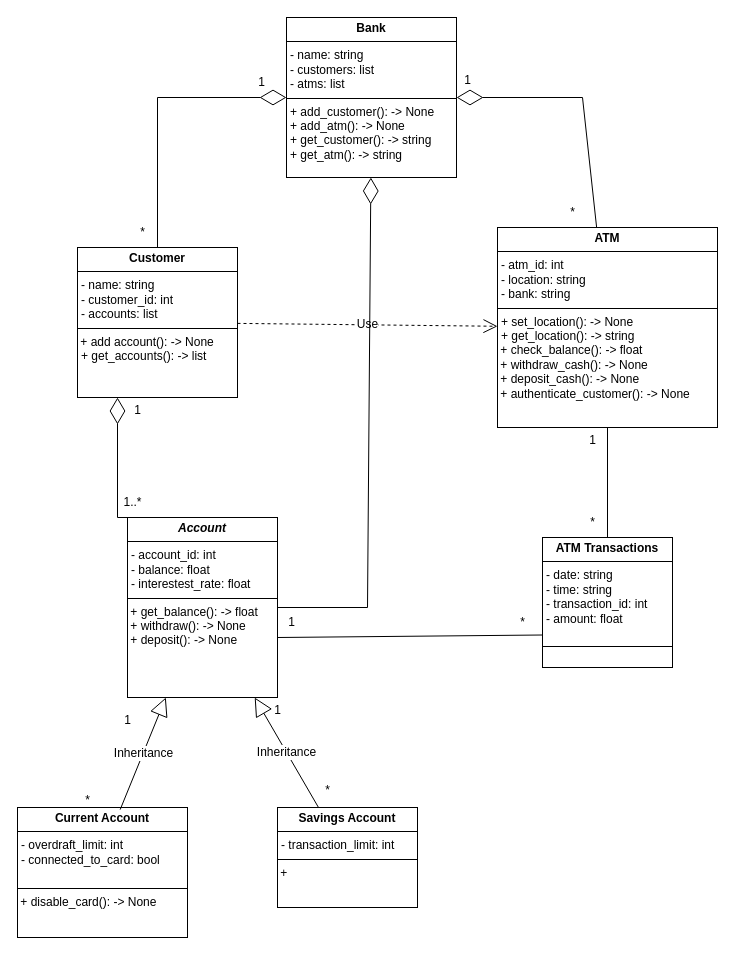
benspz/himolde_spring25 keeps this draw.io diagram as assignment2_class_diagram.drawio. Above is the earlier version. Source tidied: cells renumbered, new cells numbered last; positions are measured from the earlier drawing's top-left corner, leaving out a move shared by most shapes. Both pictures are drawn from the tidied source at 100%, with x=0, y=0 at pixel (17, 17).
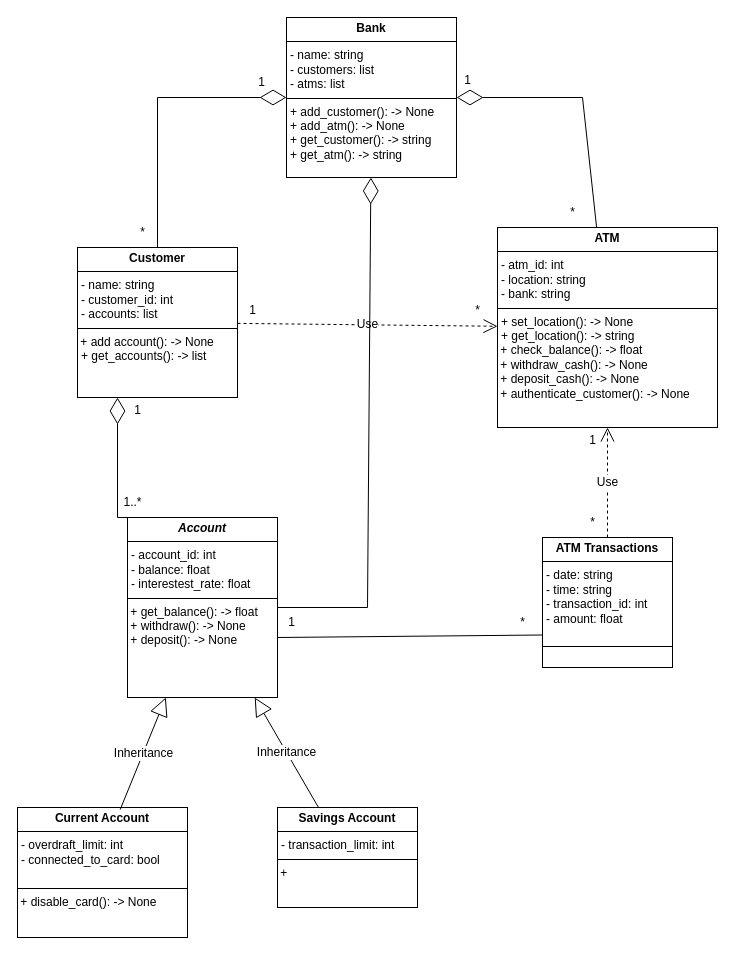
After the change.

The change refers to these unchanged cells:
```xml
<mxCell id="3" value="&lt;p style=&quot;margin:0px;margin-top:4px;text-align:center;&quot;&gt;&lt;b&gt;ATM&lt;/b&gt;&lt;/p&gt;&lt;hr size=&quot;1&quot; style=&quot;border-style:solid;&quot;&gt;&lt;p style=&quot;margin:0px;margin-left:4px;&quot;&gt;- atm_id: int&lt;/p&gt;&lt;p style=&quot;margin:0px;margin-left:4px;&quot;&gt;- location: string&lt;/p&gt;&lt;p style=&quot;margin:0px;margin-left:4px;&quot;&gt;- bank: string&lt;/p&gt;&lt;hr size=&quot;1&quot; style=&quot;border-style:solid;&quot;&gt;&lt;p style=&quot;margin:0px;margin-left:4px;&quot;&gt;+ set_location(): -&amp;gt; None&lt;/p&gt;&lt;p style=&quot;margin:0px;margin-left:4px;&quot;&gt;+ get_location(): -&amp;gt; string&lt;/p&gt;&lt;div&gt;&amp;nbsp;+ check_balance(): -&amp;gt; float&lt;/div&gt;&lt;div&gt;&amp;nbsp;+ withdraw_cash(): -&amp;gt; None&lt;/div&gt;&lt;div&gt;&amp;nbsp;+ deposit_cash(): -&amp;gt; None&lt;/div&gt;&lt;div&gt;&amp;nbsp;+ authenticate_customer(): -&amp;gt; None&lt;/div&gt;&lt;p style=&quot;margin:0px;margin-left:4px;&quot;&gt;&lt;br&gt;&lt;/p&gt;" style="verticalAlign=top;align=left;overflow=fill;html=1;whiteSpace=wrap;fontFamily=Helvetica;fontSize=12;fontColor=default;fillColor=none;gradientColor=none;" parent="1" vertex="1">
  <mxGeometry x="480" y="210" width="220" height="200" as="geometry" />
</mxCell>
<mxCell id="7" value="&lt;p style=&quot;margin:0px;margin-top:4px;text-align:center;&quot;&gt;&lt;b&gt;ATM Transactions&lt;/b&gt;&lt;/p&gt;&lt;hr size=&quot;1&quot; style=&quot;border-style:solid;&quot;&gt;&lt;p style=&quot;margin:0px;margin-left:4px;&quot;&gt;- date: string&lt;/p&gt;&lt;p style=&quot;margin:0px;margin-left:4px;&quot;&gt;- time: string&lt;/p&gt;&lt;p style=&quot;margin:0px;margin-left:4px;&quot;&gt;- transaction_id: int&lt;/p&gt;&lt;p style=&quot;margin:0px;margin-left:4px;&quot;&gt;- amount: float&lt;/p&gt;&lt;p style=&quot;margin:0px;margin-left:4px;&quot;&gt;&lt;br&gt;&lt;/p&gt;&lt;hr size=&quot;1&quot; style=&quot;border-style:solid;&quot;&gt;" style="verticalAlign=top;align=left;overflow=fill;html=1;whiteSpace=wrap;fontFamily=Helvetica;fontSize=12;fontColor=default;fillColor=none;gradientColor=none;" parent="1" vertex="1">
  <mxGeometry x="525" y="520" width="130" height="130" as="geometry" />
</mxCell>
```

Diff of the diagram source:
```diff
@@
-    <mxCell id="25" style="endArrow=none;html=1;rounded=0;fontFamily=Helvetica;fontSize=12;fontColor=default;entryX=0.5;entryY=1;entryDx=0;entryDy=0;exitX=0.5;exitY=0;exitDx=0;exitDy=0;" parent="1" edge="1" source="7" target="3">
-      <mxGeometry relative="1" as="geometry" />
-    </mxCell>
@@
-    <mxCell id="28" value="1" style="text;html=1;align=center;verticalAlign=middle;strokeColor=none;fillColor=none;fontFamily=Helvetica;fontSize=12;fontColor=default;" parent="1" vertex="1">
-      <mxGeometry x="95" y="688" width="30" height="30" as="geometry" />
-    </mxCell>
-    <mxCell id="29" value="*" style="text;html=1;align=center;verticalAlign=middle;strokeColor=none;fillColor=none;fontFamily=Helvetica;fontSize=12;fontColor=default;" parent="1" vertex="1">
-      <mxGeometry x="55" y="768" width="30" height="30" as="geometry" />
-    </mxCell>
-    <mxCell id="30" value="1" style="text;html=1;align=center;verticalAlign=middle;strokeColor=none;fillColor=none;fontFamily=Helvetica;fontSize=12;fontColor=default;" parent="1" vertex="1">
-      <mxGeometry x="245" y="678" width="30" height="30" as="geometry" />
-    </mxCell>
-    <mxCell id="31" value="*" style="text;html=1;align=center;verticalAlign=middle;strokeColor=none;fillColor=none;fontFamily=Helvetica;fontSize=12;fontColor=default;" parent="1" vertex="1">
-      <mxGeometry x="295" y="758" width="30" height="30" as="geometry" />
-    </mxCell>
+    <mxCell id="32" value="1" style="text;html=1;align=center;verticalAlign=middle;strokeColor=none;fillColor=none;" parent="1" vertex="1">
+      <mxGeometry x="220" y="278" width="30" height="30" as="geometry" />
+    </mxCell>
+    <mxCell id="33" value="*" style="text;html=1;align=center;verticalAlign=middle;strokeColor=none;fillColor=none;" parent="1" vertex="1">
+      <mxGeometry x="445" y="278" width="30" height="30" as="geometry" />
+    </mxCell>
+    <mxCell id="25" value="Use" style="endArrow=open;endSize=12;dashed=1;html=1;rounded=0;fontFamily=Helvetica;fontSize=12;fontColor=default;entryX=0.5;entryY=1;entryDx=0;entryDy=0;exitX=0.5;exitY=0;exitDx=0;exitDy=0;" parent="1" edge="1" source="7" target="3">
+      <mxGeometry relative="1" as="geometry" />
+    </mxCell>
```
